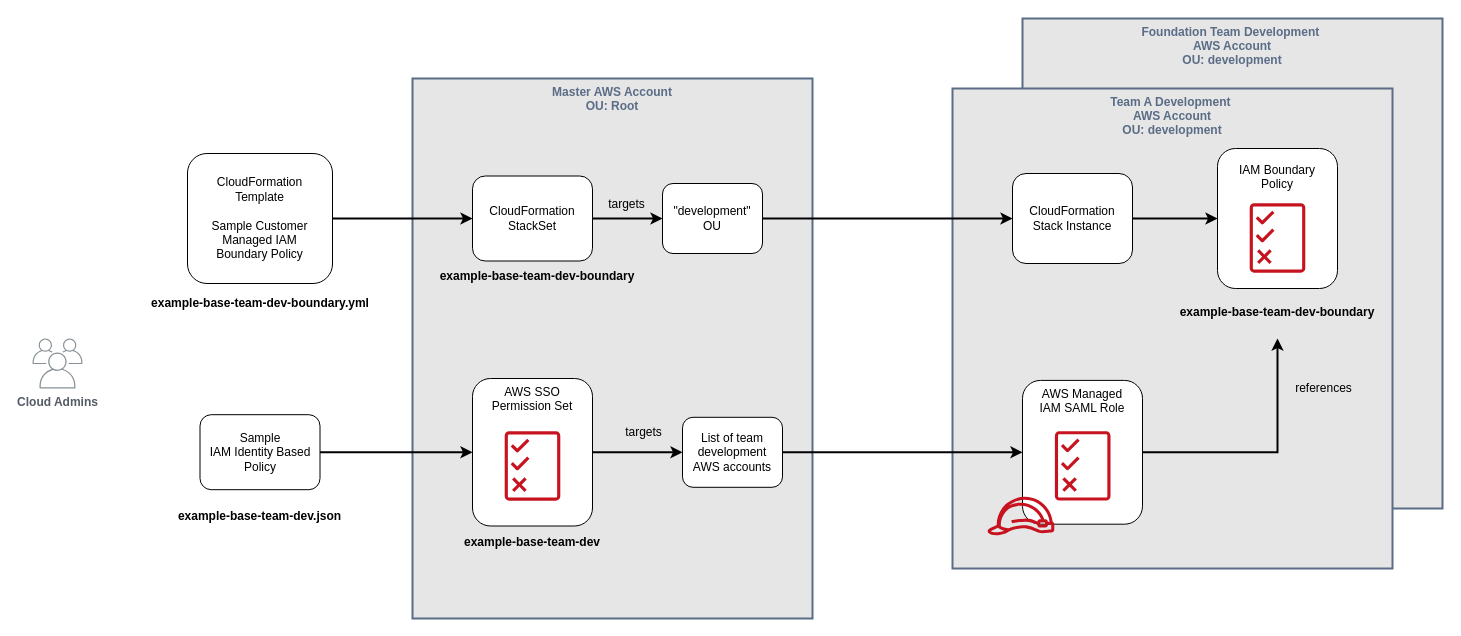
Earlier version of the draw.io diagram page "provisioning" (1 of 2) of drawings/team-dev-env-access.drawio (aws-samples/aws-get-started-workshop). Source tidied: cells renumbered, new cells numbered last; positions are measured from the earlier drawing's top-left corner, leaving out a move shared by most shapes. Both pictures are drawn from the tidied source at 100%, with x=0, y=0 at pixel (32, 18).
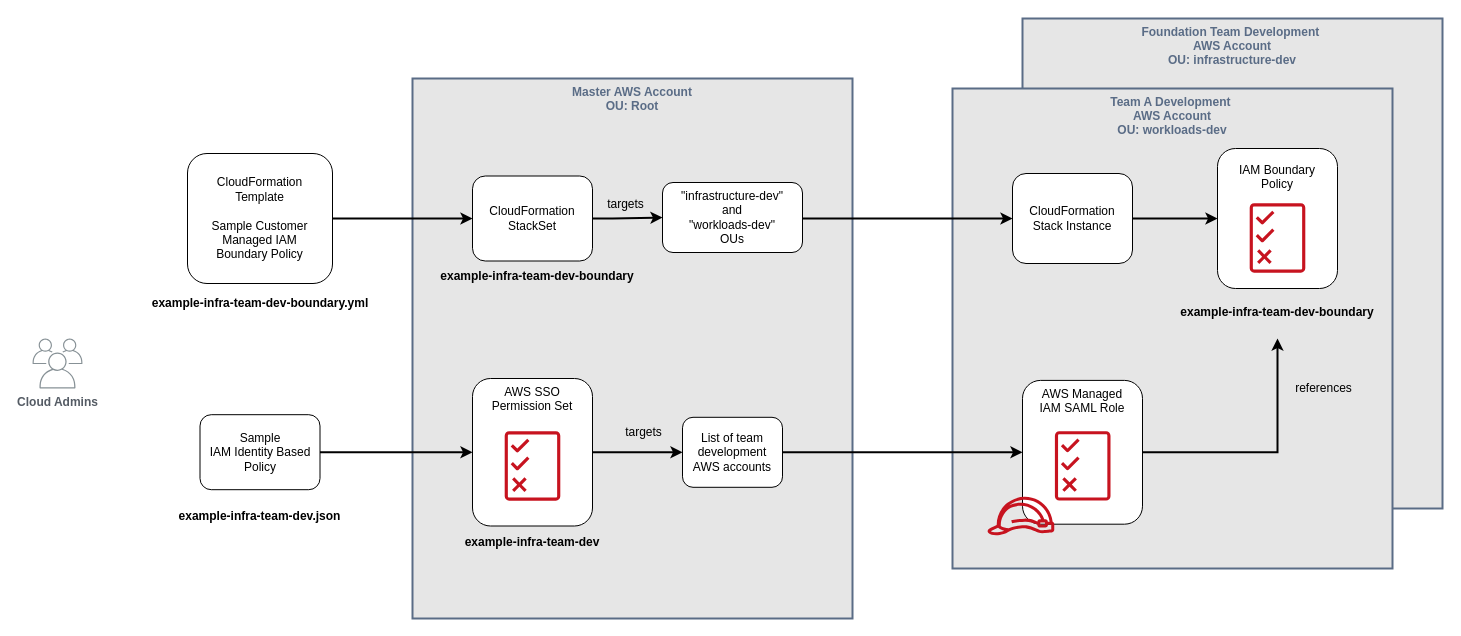
After the change.

Unchanged cells that the change refers to:
```xml
<mxCell id="12" value="CloudFormation&lt;br&gt;Stack Instance" style="rounded=1;whiteSpace=wrap;html=1;" parent="1" vertex="1">
  <mxGeometry x="980" y="155" width="120" height="90" as="geometry" />
</mxCell>
```

The edit, as a diff of the source:
```diff
@@
-    <mxCell id="2" value="Foundation Team Development &#10;AWS Account&#10;OU: development" style="fillColor=#e6e6e6;strokeColor=#5A6C86;verticalAlign=top;fontStyle=1;fontColor=#5A6C86;strokeWidth=2;" parent="1" vertex="1">
+    <mxCell id="2" value="Foundation Team Development &#10;AWS Account&#10;OU: infrastructure-dev" style="fillColor=#e6e6e6;strokeColor=#5A6C86;verticalAlign=top;fontStyle=1;fontColor=#5A6C86;strokeWidth=2;" parent="1" vertex="1">
       <mxGeometry x="990" width="420" height="490" as="geometry" />
     </mxCell>
-    <mxCell id="3" value="Team A Development &#10;AWS Account&#10;OU: development" style="fillColor=#e6e6e6;strokeColor=#5A6C86;verticalAlign=top;fontStyle=1;fontColor=#5A6C86;strokeWidth=2;" parent="1" vertex="1">
+    <mxCell id="3" value="Team A Development &#10;AWS Account&#10;OU: workloads-dev" style="fillColor=#e6e6e6;strokeColor=#5A6C86;verticalAlign=top;fontStyle=1;fontColor=#5A6C86;strokeWidth=2;" parent="1" vertex="1">
       <mxGeometry x="920" y="70" width="440" height="480" as="geometry" />
     </mxCell>
@@
     <mxCell id="5" value="Master AWS Account&#10;OU: Root" style="fillColor=#e6e6e6;strokeColor=#5A6C86;verticalAlign=top;fontStyle=1;fontColor=#5A6C86;strokeWidth=2;" parent="1" vertex="1">
-      <mxGeometry x="380" y="60" width="400" height="540" as="geometry" />
+      <mxGeometry x="380" y="60" width="440" height="540" as="geometry" />
     </mxCell>
@@
-    <mxCell id="8" value="example-base-team-dev.json" style="text;html=1;strokeColor=none;fillColor=none;align=center;verticalAlign=middle;whiteSpace=wrap;rounded=0;fontStyle=1;" parent="1" vertex="1">
+    <mxCell id="8" value="example-infra-team-dev.json" style="text;html=1;strokeColor=none;fillColor=none;align=center;verticalAlign=middle;whiteSpace=wrap;rounded=0;fontStyle=1;" parent="1" vertex="1">
       <mxGeometry x="135" y="487.5" width="185" height="20" as="geometry" />
     </mxCell>
-    <mxCell id="9" value="example-base-team-dev-boundary.yml" style="text;html=1;strokeColor=none;fillColor=none;align=center;verticalAlign=middle;whiteSpace=wrap;rounded=0;fontStyle=1;" parent="1" vertex="1">
+    <mxCell id="9" value="example-infra-team-dev-boundary.yml" style="text;html=1;strokeColor=none;fillColor=none;align=center;verticalAlign=middle;whiteSpace=wrap;rounded=0;fontStyle=1;" parent="1" vertex="1">
       <mxGeometry x="102.5" y="275" width="250" height="20" as="geometry" />
     </mxCell>
@@
-    <mxCell id="13" value="&quot;development&quot;&lt;br&gt;OU" style="rounded=1;whiteSpace=wrap;html=1;" parent="1" vertex="1">
-      <mxGeometry x="630" y="165" width="100" height="70" as="geometry" />
+    <mxCell id="13" value="&lt;div&gt;&quot;infrastructure-dev&quot;&lt;/div&gt;&lt;div&gt;and&lt;/div&gt;&lt;div&gt;&quot;workloads-dev&quot;&lt;/div&gt;&lt;div&gt;OUs&lt;/div&gt;" style="rounded=1;whiteSpace=wrap;html=1;" parent="1" vertex="1">
+      <mxGeometry x="630" y="164" width="140" height="70" as="geometry" />
     </mxCell>
-    <mxCell id="14" value="example-base-team-dev" style="text;html=1;strokeColor=none;fillColor=none;align=center;verticalAlign=middle;whiteSpace=wrap;rounded=0;fontStyle=1;" parent="1" vertex="1">
+    <mxCell id="14" value="example-infra-team-dev" style="text;html=1;strokeColor=none;fillColor=none;align=center;verticalAlign=middle;whiteSpace=wrap;rounded=0;fontStyle=1;" parent="1" vertex="1">
       <mxGeometry x="425" y="513.8" width="150" height="20" as="geometry" />
     </mxCell>
-    <mxCell id="15" value="example-base-team-dev-boundary" style="text;html=1;strokeColor=none;fillColor=none;align=center;verticalAlign=middle;whiteSpace=wrap;rounded=0;fontStyle=1;" parent="1" vertex="1">
+    <mxCell id="15" value="example-infra-team-dev-boundary" style="text;html=1;strokeColor=none;fillColor=none;align=center;verticalAlign=middle;whiteSpace=wrap;rounded=0;fontStyle=1;" parent="1" vertex="1">
       <mxGeometry x="380" y="247.5" width="250" height="20" as="geometry" />
     </mxCell>
@@
     <mxCell id="17" style="edgeStyle=orthogonalEdgeStyle;rounded=0;jettySize=auto;html=1;startArrow=none;startFill=0;strokeWidth=2;entryX=0;entryY=0.5;entryDx=0;entryDy=0;" parent="1" edge="1" target="12">
       <mxGeometry relative="1" as="geometry">
-        <mxPoint x="730" y="200" as="sourcePoint" />
+        <mxPoint x="770" y="200" as="sourcePoint" />
         <Array as="points">
           <mxPoint x="930" y="200" />
           <mxPoint x="930" y="200" />
         </Array>
       </mxGeometry>
     </mxCell>
@@
-    <mxCell id="33" value="example-base-team-dev-boundary" style="text;html=1;strokeColor=none;fillColor=none;align=center;verticalAlign=middle;whiteSpace=wrap;rounded=0;fontStyle=1;" parent="1" vertex="1">
+    <mxCell id="33" value="example-infra-team-dev-boundary" style="text;html=1;strokeColor=none;fillColor=none;align=center;verticalAlign=middle;whiteSpace=wrap;rounded=0;fontStyle=1;" parent="1" vertex="1">
       <mxGeometry x="1120" y="284" width="250" height="20" as="geometry" />
     </mxCell>
```
